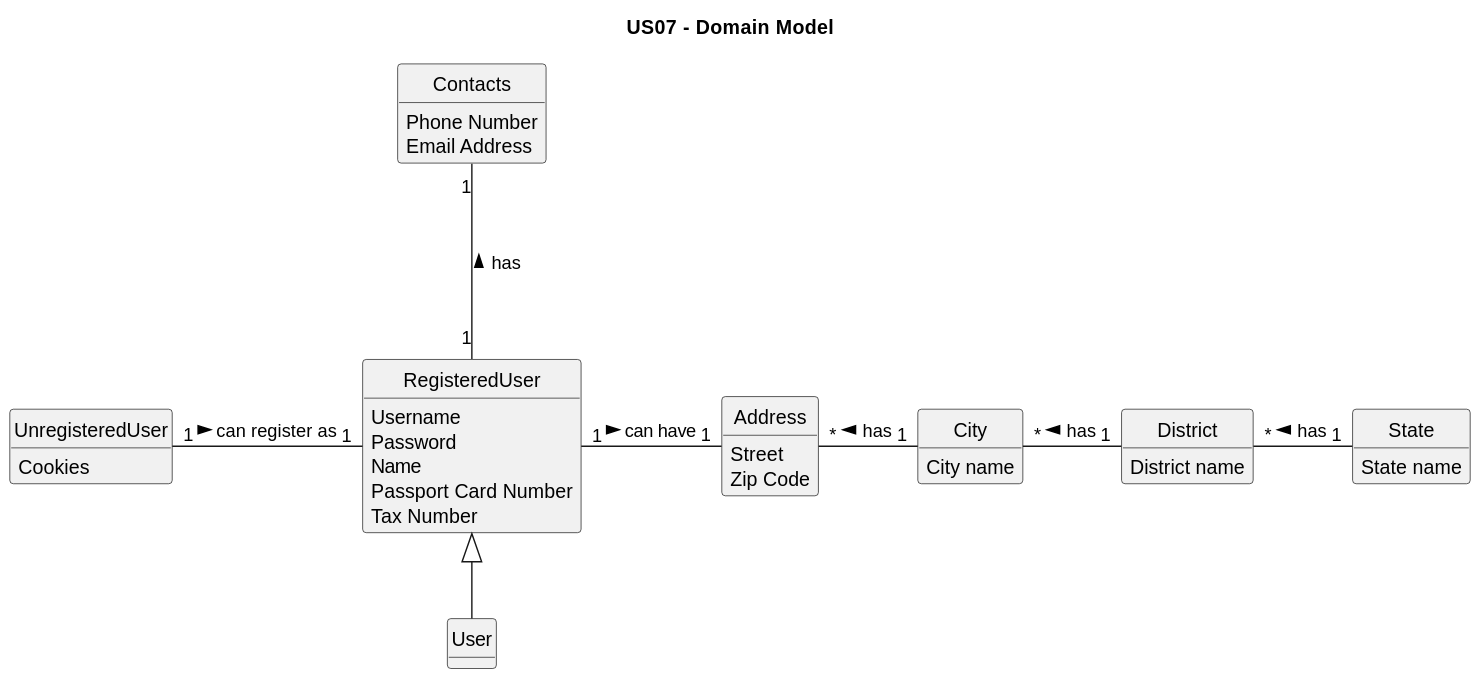
This is docs/sprintB/US07/02.analysis/svg/us07-domain-model.svg from PureNimble/ISEP-LAPR2, a PlantUML export, as it was before one commit.
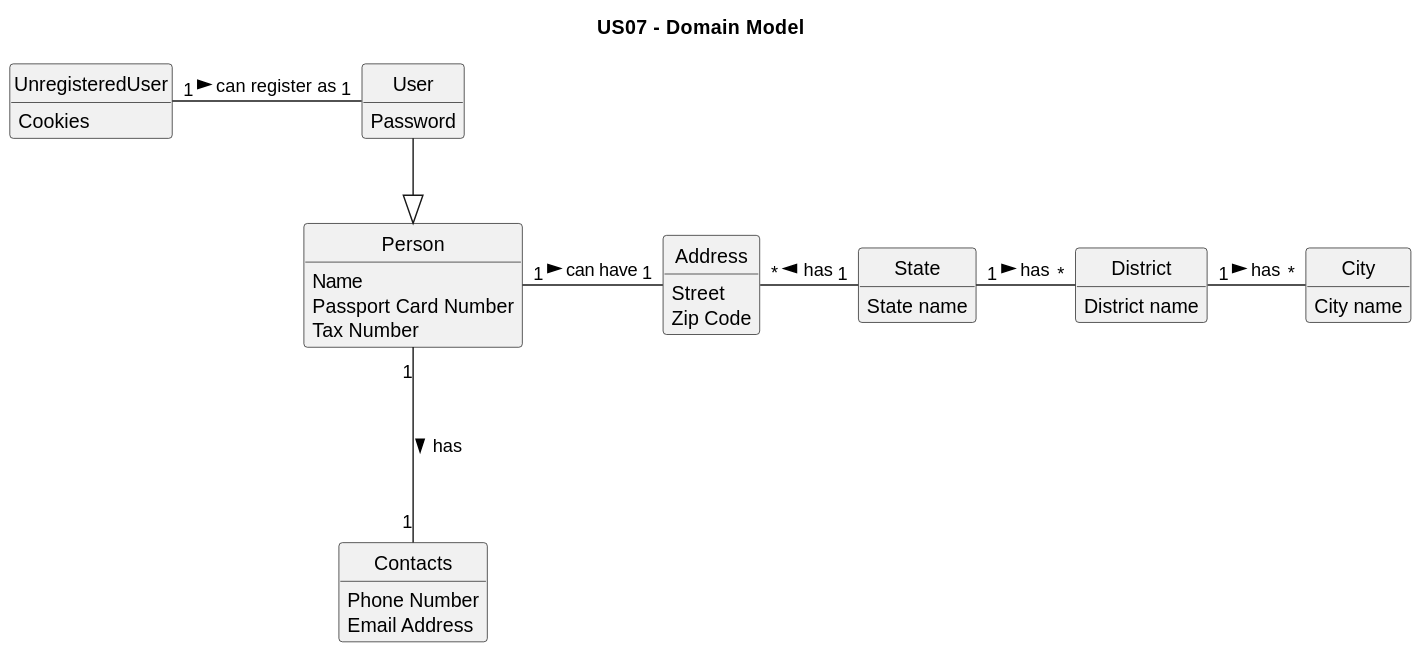
The same file after the commit.

The edit, as a diff of the source:
```diff
@@ -23,9 +23,7 @@
     State name
 }
 
-class RegisteredUser {
-    Username
-    Password
+class Person {
     Name
     Passport Card Number
     Tax Number
@@ -44,11 +42,15 @@
     Zip Code
 }
 
-UnregisteredUser "1" -right-- "1" RegisteredUser : can register as >
-State "1" -left-- "*" District : has >
-District "1" -left-- "*" City : has >
-City "1" -left-- "*" Address : has >
-RegisteredUser "1" -right-- "1" Address : can have >
-RegisteredUser "1" -up-- "1" Contacts : has >
-RegisteredUser <|-- User
+class User {
+    Password
+}
+
+UnregisteredUser "1" -right-- "1" User : can register as >
+State "1" -right-- "*" District: has >
+District "1" -right-- "*" City: has >
+Address "*" -right-- "1" State: has <
+Person "1" -right-- "1" Address : can have >
+Person "1" -down-- "1" Contacts : has >
+Person <|-up- User
 @enduml
```
